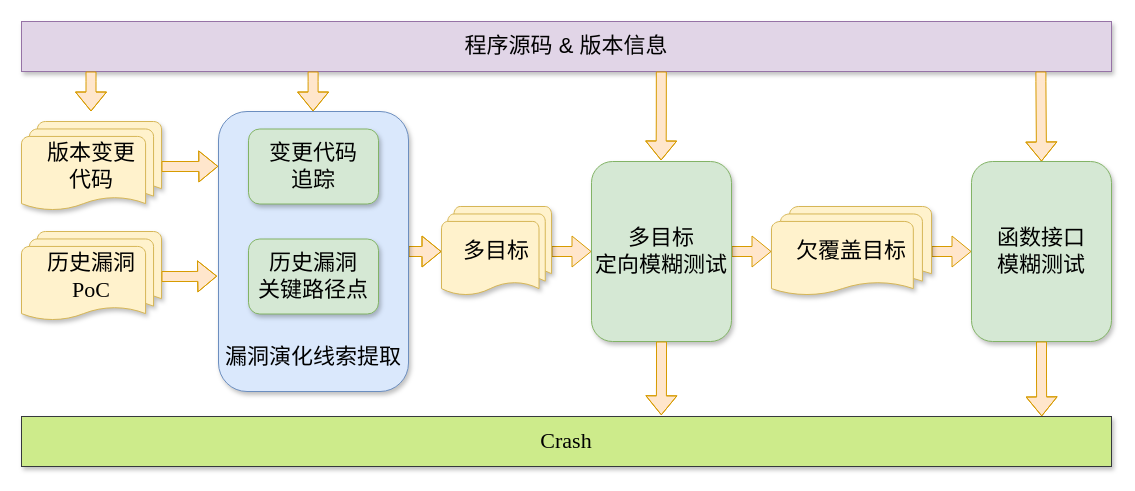
Earlier version of the draw.io diagram page "第 9 页" (9 of 16) of 未命名绘图.drawio (blu3sh0rk/Draw). Source tidied: cells renumbered, new cells numbered last; positions are measured from the earlier drawing's top-left corner, leaving out a move shared by most shapes. Both pictures are drawn from the tidied source at 100%, with x=0, y=0 at pixel (21, 21).
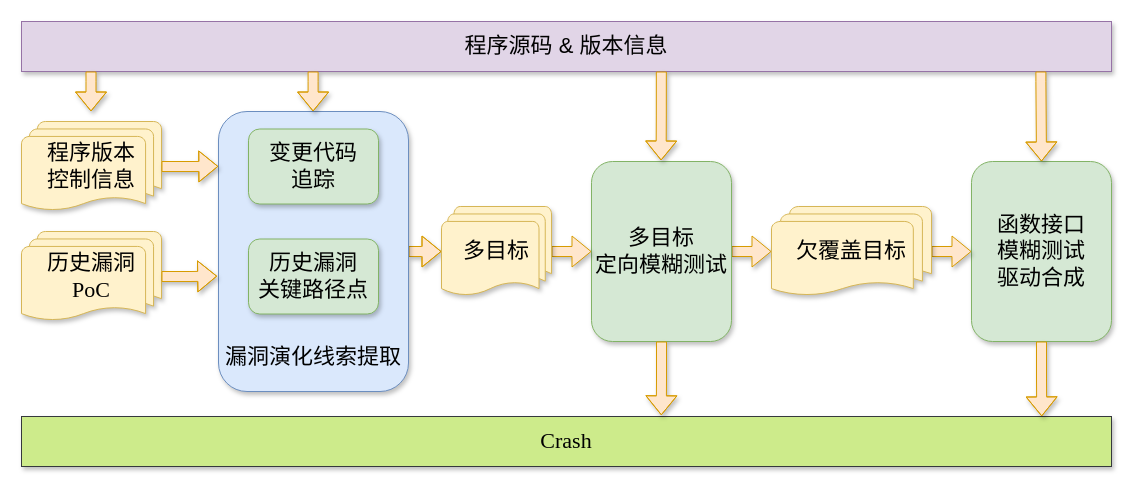
The same diagram, later.

Commit message:
更新未命名绘图.drawio

Unchanged cells that the change refers to:
```xml
<mxCell id="3" value="&lt;div style=&quot;font-size: 22px;&quot;&gt;&lt;font style=&quot;font-size: 22px;&quot; face=&quot;黑体&quot;&gt;&lt;br style=&quot;font-size: 22px;&quot;&gt;&lt;/font&gt;&lt;/div&gt;&lt;div style=&quot;font-size: 22px;&quot;&gt;&lt;font style=&quot;font-size: 22px;&quot; face=&quot;HStuQIBac9UGt3GCU3LF&quot;&gt;&lt;br style=&quot;font-size: 22px;&quot;&gt;&lt;/font&gt;&lt;/div&gt;&lt;div style=&quot;font-size: 22px;&quot;&gt;&lt;font style=&quot;font-size: 22px;&quot; face=&quot;HStuQIBac9UGt3GCU3LF&quot;&gt;&lt;br style=&quot;font-size: 22px;&quot;&gt;&lt;/font&gt;&lt;/div&gt;&lt;div style=&quot;font-size: 22px;&quot;&gt;&lt;font style=&quot;font-size: 22px;&quot; face=&quot;HStuQIBac9UGt3GCU3LF&quot;&gt;&lt;br style=&quot;font-size: 22px;&quot;&gt;&lt;/font&gt;&lt;/div&gt;&lt;div style=&quot;font-size: 22px;&quot;&gt;&lt;font style=&quot;font-size: 22px;&quot; face=&quot;HStuQIBac9UGt3GCU3LF&quot;&gt;&lt;br style=&quot;font-size: 22px;&quot;&gt;&lt;/font&gt;&lt;/div&gt;&lt;div style=&quot;font-size: 22px;&quot;&gt;&lt;font style=&quot;font-size: 22px;&quot; face=&quot;HStuQIBac9UGt3GCU3LF&quot;&gt;&lt;br style=&quot;font-size: 22px;&quot;&gt;&lt;/font&gt;&lt;/div&gt;&lt;div style=&quot;font-size: 22px;&quot;&gt;&lt;font style=&quot;font-size: 22px;&quot; face=&quot;HStuQIBac9UGt3GCU3LF&quot;&gt;&lt;br style=&quot;font-size: 22px;&quot;&gt;&lt;/font&gt;&lt;/div&gt;&lt;div style=&quot;font-size: 22px;&quot;&gt;&lt;span style=&quot;background-color: initial; font-family: HStuQIBac9UGt3GCU3LF; font-size: 22px;&quot;&gt;&lt;br style=&quot;font-size: 22px;&quot;&gt;&lt;/span&gt;&lt;/div&gt;&lt;div style=&quot;font-size: 22px;&quot;&gt;&lt;span style=&quot;background-color: initial; font-family: HStuQIBac9UGt3GCU3LF; font-size: 22px;&quot;&gt;漏洞演化线索提取&lt;/span&gt;&lt;br style=&quot;font-size: 22px;&quot;&gt;&lt;/div&gt;" style="rounded=1;whiteSpace=wrap;html=1;fillColor=#dae8fc;strokeColor=#6c8ebf;shadow=1;fontSize=22;" parent="1" vertex="1">
  <mxGeometry x="197" y="90" width="190" height="280" as="geometry" />
</mxCell>
<mxCell id="4" value="程序源码 &amp;amp; 版本信息" style="rounded=0;whiteSpace=wrap;html=1;strokeWidth=1;fontSize=22;shadow=1;fillColor=#e1d5e7;strokeColor=#9673a6;" parent="1" vertex="1">
  <mxGeometry width="1090" height="50" as="geometry" />
</mxCell>
<mxCell id="6" value="历史漏洞&lt;div style=&quot;font-size: 22px;&quot;&gt;&lt;font style=&quot;font-size: 22px;&quot; face=&quot;Times New Roman&quot;&gt;PoC&lt;/font&gt;&lt;/div&gt;" style="strokeWidth=1;html=1;shape=mxgraph.flowchart.multi-document;whiteSpace=wrap;fillColor=#fff2cc;strokeColor=#d6b656;fontSize=22;shadow=1;" parent="1" vertex="1">
  <mxGeometry y="210" width="140" height="90" as="geometry" />
</mxCell>
<mxCell id="10" value="多目标&lt;div style=&quot;font-size: 22px;&quot;&gt;定向模糊测试&lt;/div&gt;" style="rounded=1;whiteSpace=wrap;html=1;fontSize=22;shadow=1;fillColor=#d5e8d4;strokeColor=#82b366;" parent="1" vertex="1">
  <mxGeometry x="570" y="140" width="140" height="180" as="geometry" />
</mxCell>
<mxCell id="13" value="欠覆盖目标" style="strokeWidth=1;html=1;shape=mxgraph.flowchart.multi-document;whiteSpace=wrap;fillColor=#fff2cc;strokeColor=#d6b656;fontSize=22;shadow=1;" parent="1" vertex="1">
  <mxGeometry x="750" y="185" width="160" height="90" as="geometry" />
</mxCell>
<mxCell id="15" value="多目标" style="strokeWidth=1;html=1;shape=mxgraph.flowchart.multi-document;whiteSpace=wrap;fillColor=#fff2cc;strokeColor=#d6b656;fontSize=22;shadow=1;" parent="1" vertex="1">
  <mxGeometry x="420" y="185" width="110" height="90" as="geometry" />
</mxCell>
<mxCell id="16" value="&lt;font style=&quot;font-size: 22px;&quot; face=&quot;Times New Roman&quot;&gt;Crash&lt;/font&gt;" style="rounded=0;whiteSpace=wrap;html=1;strokeWidth=1;fontSize=22;shadow=1;fillColor=#cdeb8b;strokeColor=#36393d;" parent="1" vertex="1">
  <mxGeometry y="395" width="1090" height="50" as="geometry" />
</mxCell>
```

Change to the diagram source:
```diff
@@
-    <mxCell id="2" style="edgeStyle=orthogonalEdgeStyle;rounded=0;jettySize=auto;html=1;shape=flexArrow;fillColor=#ffe6cc;strokeColor=#d79b00;" parent="1" edge="1" source="3" target="15">
+    <mxCell id="2" style="edgeStyle=orthogonalEdgeStyle;rounded=0;jettySize=auto;html=1;shape=flexArrow;fillColor=#ffe6cc;strokeColor=#d79b00;shadow=1;" parent="1" edge="1" source="3" target="15">
       <mxGeometry relative="1" as="geometry" />
     </mxCell>
@@
-    <mxCell id="5" value="版本变更&lt;div style=&quot;font-size: 22px;&quot;&gt;代码&lt;/div&gt;" style="strokeWidth=1;html=1;shape=mxgraph.flowchart.multi-document;whiteSpace=wrap;fillColor=#fff2cc;strokeColor=#d6b656;fontSize=22;shadow=1;" parent="1" vertex="1">
+    <mxCell id="5" value="程序版本&lt;div&gt;控制信息&lt;/div&gt;" style="strokeWidth=1;html=1;shape=mxgraph.flowchart.multi-document;whiteSpace=wrap;fillColor=#fff2cc;strokeColor=#d6b656;fontSize=22;shadow=1;" parent="1" vertex="1">
       <mxGeometry y="100" width="140" height="90" as="geometry" />
     </mxCell>
@@
-    <mxCell id="9" style="edgeStyle=orthogonalEdgeStyle;rounded=0;jettySize=auto;html=1;shape=flexArrow;fillColor=#ffe6cc;strokeColor=#d79b00;" parent="1" edge="1" source="10" target="13">
+    <mxCell id="9" style="edgeStyle=orthogonalEdgeStyle;rounded=0;jettySize=auto;html=1;shape=flexArrow;fillColor=#ffe6cc;strokeColor=#d79b00;shadow=1;" parent="1" edge="1" source="10" target="13">
       <mxGeometry relative="1" as="geometry" />
     </mxCell>
@@
-    <mxCell id="11" value="函数接口&lt;div style=&quot;font-size: 22px;&quot;&gt;模糊测试&lt;/div&gt;" style="rounded=1;whiteSpace=wrap;html=1;fontSize=22;shadow=1;fillColor=#d5e8d4;strokeColor=#82b366;" parent="1" vertex="1">
+    <mxCell id="11" value="函数接口&lt;div style=&quot;font-size: 22px;&quot;&gt;模糊测试&lt;/div&gt;&lt;div style=&quot;font-size: 22px;&quot;&gt;驱动合成&lt;/div&gt;" style="rounded=1;whiteSpace=wrap;html=1;fontSize=22;shadow=1;fillColor=#d5e8d4;strokeColor=#82b366;" parent="1" vertex="1">
       <mxGeometry x="950" y="140" width="140" height="180" as="geometry" />
     </mxCell>
-    <mxCell id="12" style="edgeStyle=orthogonalEdgeStyle;rounded=0;jettySize=auto;html=1;exitX=1;exitY=0.5;exitDx=0;exitDy=0;exitPerimeter=0;entryX=0;entryY=0.5;entryDx=0;entryDy=0;shape=flexArrow;fillColor=#ffe6cc;strokeColor=#d79b00;" parent="1" edge="1" source="13" target="11">
+    <mxCell id="12" style="edgeStyle=orthogonalEdgeStyle;rounded=0;jettySize=auto;html=1;exitX=1;exitY=0.5;exitDx=0;exitDy=0;exitPerimeter=0;entryX=0;entryY=0.5;entryDx=0;entryDy=0;shape=flexArrow;fillColor=#ffe6cc;strokeColor=#d79b00;shadow=1;" parent="1" edge="1" source="13" target="11">
       <mxGeometry relative="1" as="geometry" />
     </mxCell>
@@
-    <mxCell id="14" style="edgeStyle=orthogonalEdgeStyle;rounded=0;jettySize=auto;html=1;shape=flexArrow;fillColor=#ffe6cc;strokeColor=#d79b00;" parent="1" edge="1" source="15" target="10">
+    <mxCell id="14" style="edgeStyle=orthogonalEdgeStyle;rounded=0;jettySize=auto;html=1;shape=flexArrow;fillColor=#ffe6cc;strokeColor=#d79b00;shadow=1;" parent="1" edge="1" source="15" target="10">
       <mxGeometry relative="1" as="geometry" />
     </mxCell>
@@
-    <mxCell id="17" style="edgeStyle=orthogonalEdgeStyle;rounded=0;jettySize=auto;html=1;exitX=1;exitY=0.5;exitDx=0;exitDy=0;exitPerimeter=0;entryX=-0.001;entryY=0.196;entryDx=0;entryDy=0;entryPerimeter=0;shape=flexArrow;fillColor=#ffe6cc;strokeColor=#d79b00;" parent="1" edge="1" source="5" target="3">
+    <mxCell id="17" style="edgeStyle=orthogonalEdgeStyle;rounded=0;jettySize=auto;html=1;exitX=1;exitY=0.5;exitDx=0;exitDy=0;exitPerimeter=0;entryX=-0.001;entryY=0.196;entryDx=0;entryDy=0;entryPerimeter=0;shape=flexArrow;fillColor=#ffe6cc;strokeColor=#d79b00;shadow=1;" parent="1" edge="1" source="5" target="3">
       <mxGeometry relative="1" as="geometry" />
     </mxCell>
-    <mxCell id="18" style="edgeStyle=orthogonalEdgeStyle;rounded=0;jettySize=auto;html=1;exitX=1;exitY=0.5;exitDx=0;exitDy=0;exitPerimeter=0;entryX=-0.007;entryY=0.588;entryDx=0;entryDy=0;entryPerimeter=0;shape=flexArrow;fillColor=#ffe6cc;strokeColor=#d79b00;" parent="1" edge="1" source="6" target="3">
+    <mxCell id="18" style="edgeStyle=orthogonalEdgeStyle;rounded=0;jettySize=auto;html=1;exitX=1;exitY=0.5;exitDx=0;exitDy=0;exitPerimeter=0;entryX=-0.007;entryY=0.588;entryDx=0;entryDy=0;entryPerimeter=0;shape=flexArrow;fillColor=#ffe6cc;strokeColor=#d79b00;shadow=1;" parent="1" edge="1" source="6" target="3">
       <mxGeometry relative="1" as="geometry" />
     </mxCell>
-    <mxCell id="19" style="edgeStyle=orthogonalEdgeStyle;rounded=0;jettySize=auto;html=1;exitX=0.5;exitY=1;exitDx=0;exitDy=0;entryX=0.936;entryY=-0.002;entryDx=0;entryDy=0;entryPerimeter=0;shape=flexArrow;fillColor=#ffe6cc;strokeColor=#d79b00;" parent="1" edge="1" source="11" target="16">
+    <mxCell id="19" style="edgeStyle=orthogonalEdgeStyle;rounded=0;jettySize=auto;html=1;exitX=0.5;exitY=1;exitDx=0;exitDy=0;entryX=0.936;entryY=-0.002;entryDx=0;entryDy=0;entryPerimeter=0;shape=flexArrow;fillColor=#ffe6cc;strokeColor=#d79b00;shadow=1;" parent="1" edge="1" source="11" target="16">
       <mxGeometry relative="1" as="geometry" />
     </mxCell>
-    <mxCell id="20" style="edgeStyle=orthogonalEdgeStyle;rounded=0;orthogonalLoop=1;jettySize=auto;html=1;shape=flexArrow;fillColor=#ffe6cc;strokeColor=#d79b00;" parent="1" edge="1">
+    <mxCell id="20" style="edgeStyle=orthogonalEdgeStyle;rounded=0;orthogonalLoop=1;jettySize=auto;html=1;shape=flexArrow;fillColor=#ffe6cc;strokeColor=#d79b00;shadow=1;" parent="1" edge="1">
       <mxGeometry relative="1" as="geometry">
         <mxPoint x="69.5" y="50" as="sourcePoint" />
         <mxPoint x="69.5" y="90" as="targetPoint" />
         <Array as="points">
           <mxPoint x="69" y="60" />
         </Array>
       </mxGeometry>
     </mxCell>
-    <mxCell id="21" style="edgeStyle=orthogonalEdgeStyle;rounded=0;orthogonalLoop=1;jettySize=auto;html=1;shape=flexArrow;fillColor=#ffe6cc;strokeColor=#d79b00;" parent="1" edge="1">
+    <mxCell id="21" style="edgeStyle=orthogonalEdgeStyle;rounded=0;orthogonalLoop=1;jettySize=auto;html=1;shape=flexArrow;fillColor=#ffe6cc;strokeColor=#d79b00;shadow=1;" parent="1" edge="1">
       <mxGeometry relative="1" as="geometry">
         <mxPoint x="291.6" y="50" as="sourcePoint" />
         <mxPoint x="291.6" y="90" as="targetPoint" />
         <Array as="points">
           <mxPoint x="291.2" y="60" />
         </Array>
       </mxGeometry>
     </mxCell>
-    <mxCell id="22" style="edgeStyle=orthogonalEdgeStyle;rounded=0;jettySize=auto;html=1;shape=flexArrow;fillColor=#ffe6cc;strokeColor=#d79b00;entryX=0.5;entryY=0;entryDx=0;entryDy=0;" parent="1" edge="1" target="11">
+    <mxCell id="22" style="edgeStyle=orthogonalEdgeStyle;rounded=0;jettySize=auto;html=1;shape=flexArrow;fillColor=#ffe6cc;strokeColor=#d79b00;entryX=0.5;entryY=0;entryDx=0;entryDy=0;shadow=1;" parent="1" edge="1" target="11">
       <mxGeometry relative="1" as="geometry">
         <mxPoint x="1019.4" y="50" as="sourcePoint" />
         <Array as="points">
           <mxPoint x="1019" y="60" />
           <mxPoint x="1020" y="60" />
         </Array>
       </mxGeometry>
     </mxCell>
-    <mxCell id="23" style="edgeStyle=orthogonalEdgeStyle;rounded=0;jettySize=auto;html=1;exitX=0.5;exitY=1;exitDx=0;exitDy=0;entryX=0.587;entryY=-0.024;entryDx=0;entryDy=0;entryPerimeter=0;shape=flexArrow;fillColor=#ffe6cc;strokeColor=#d79b00;" parent="1" edge="1" source="10" target="16">
+    <mxCell id="23" style="edgeStyle=orthogonalEdgeStyle;rounded=0;jettySize=auto;html=1;exitX=0.5;exitY=1;exitDx=0;exitDy=0;entryX=0.587;entryY=-0.024;entryDx=0;entryDy=0;entryPerimeter=0;shape=flexArrow;fillColor=#ffe6cc;strokeColor=#d79b00;shadow=1;" parent="1" edge="1" source="10" target="16">
       <mxGeometry relative="1" as="geometry" />
     </mxCell>
-    <mxCell id="24" style="edgeStyle=orthogonalEdgeStyle;rounded=0;jettySize=auto;html=1;exitX=0.587;exitY=1;exitDx=0;exitDy=0;entryX=0.587;entryY=-0.024;entryDx=0;entryDy=0;entryPerimeter=0;shape=flexArrow;fillColor=#ffe6cc;strokeColor=#d79b00;exitPerimeter=0;" parent="1" edge="1" source="4">
+    <mxCell id="24" style="edgeStyle=orthogonalEdgeStyle;rounded=0;jettySize=auto;html=1;exitX=0.587;exitY=1;exitDx=0;exitDy=0;entryX=0.587;entryY=-0.024;entryDx=0;entryDy=0;entryPerimeter=0;shape=flexArrow;fillColor=#ffe6cc;strokeColor=#d79b00;exitPerimeter=0;shadow=1;" parent="1" edge="1" source="4">
       <mxGeometry relative="1" as="geometry">
         <mxPoint x="639.6" y="139" as="targetPoint" />
       </mxGeometry>
     </mxCell>
```
